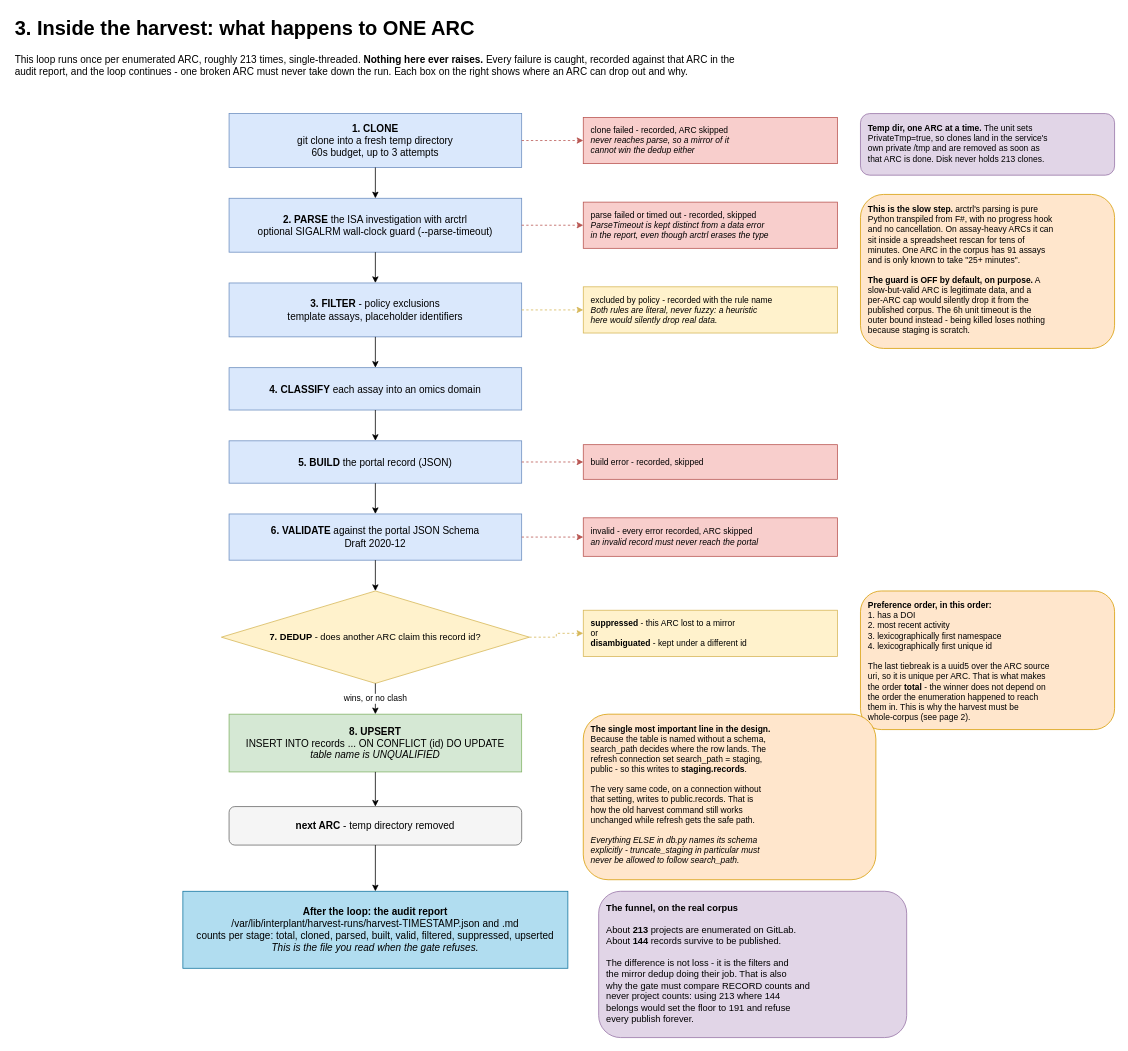
The draw.io diagram page "3. Inside the harvest (per ARC)" (3 of 5) of docs/diagrams/interplant-production-deployment.drawio in nfdi4plants/INTERPLANT, before the edit. Source tidied: cells renumbered, new cells numbered last; positions are measured from the earlier drawing's top-left corner, leaving out a move shared by most shapes. Both pictures are drawn from the tidied source at 77%, with x=0, y=0 at pixel (13, 13).
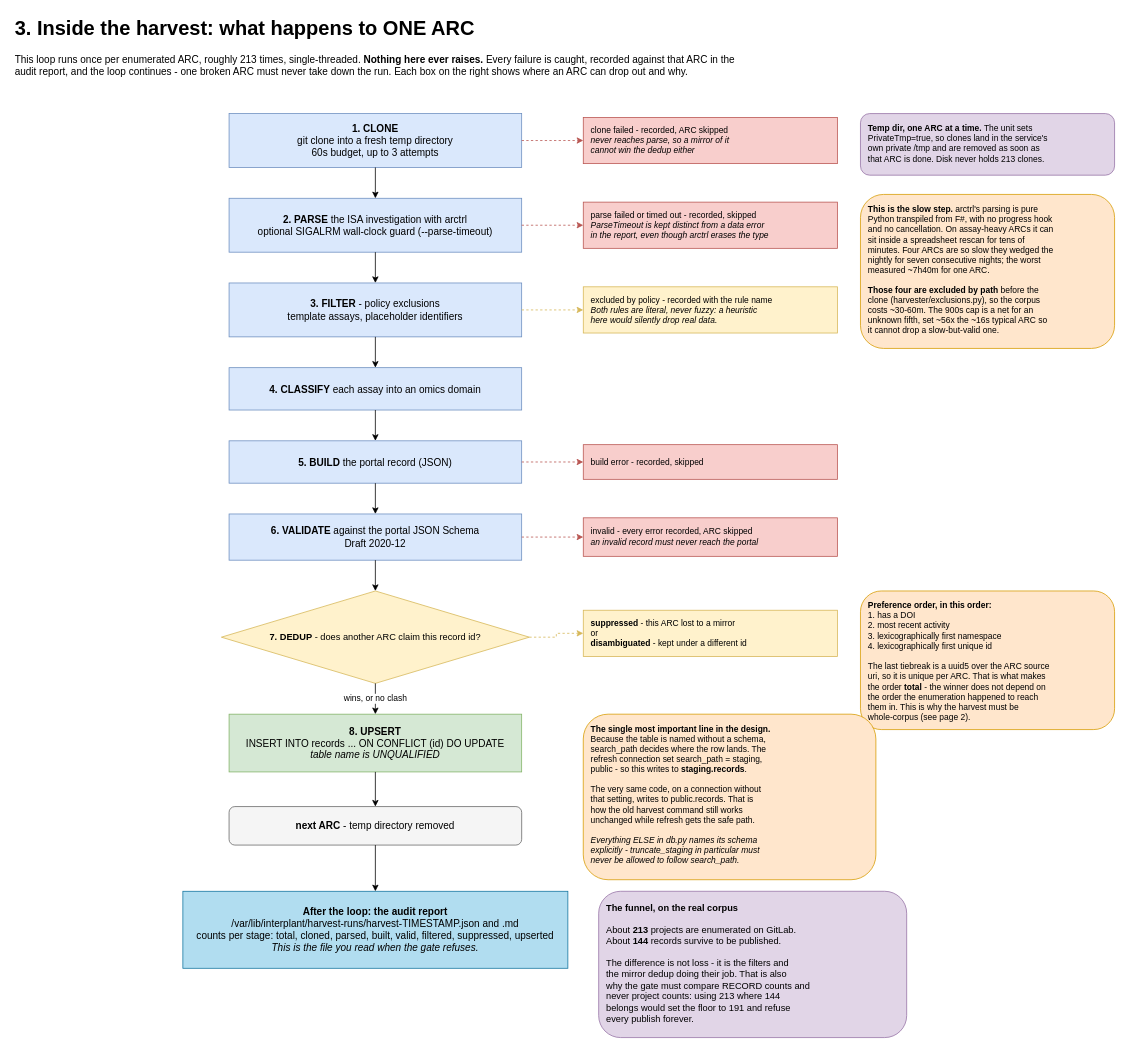
The same diagram, later.

Diff of the diagram source:
```diff
@@
-    <mxCell id="9" value="&lt;b&gt;This is the slow step.&lt;/b&gt; arctrl's parsing is pure&lt;br&gt;Python transpiled from F#, with no progress hook&lt;br&gt;and no cancellation. On assay-heavy ARCs it can&lt;br&gt;sit inside a spreadsheet rescan for tens of&lt;br&gt;minutes. One ARC in the corpus has 91 assays&lt;br&gt;and is only known to take &quot;25+ minutes&quot;.&lt;br&gt;&lt;br&gt;&lt;b&gt;The guard is OFF by default, on purpose.&lt;/b&gt; A&lt;br&gt;slow-but-valid ARC is legitimate data, and a&lt;br&gt;per-ARC cap would silently drop it from the&lt;br&gt;published corpus. The 6h unit timeout is the&lt;br&gt;outer bound instead - being killed loses nothing&lt;br&gt;because staging is scratch." style="rounded=1;whiteSpace=wrap;html=1;fillColor=#ffe6cc;strokeColor=#d79b00;fontSize=11;align=left;spacingLeft=8;verticalAlign=top;spacingTop=6;" parent="1" vertex="1">
+    <mxCell id="9" value="&lt;b&gt;This is the slow step.&lt;/b&gt; arctrl's parsing is pure&lt;br&gt;Python transpiled from F#, with no progress hook&lt;br&gt;and no cancellation. On assay-heavy ARCs it can&lt;br&gt;sit inside a spreadsheet rescan for tens of&lt;br&gt;minutes. Four ARCs are so slow they wedged the&lt;br&gt;nightly for seven consecutive nights; the worst&lt;br&gt;measured ~7h40m for one ARC.&lt;br&gt;&lt;br&gt;&lt;b&gt;Those four are excluded by path&lt;/b&gt; before the&lt;br&gt;clone (harvester/exclusions.py), so the corpus&lt;br&gt;costs ~30-60m. The 900s cap is a net for an&lt;br&gt;unknown fifth, set ~56x the ~16s typical ARC so&lt;br&gt;it cannot drop a slow-but-valid one." style="rounded=1;whiteSpace=wrap;html=1;fillColor=#ffe6cc;strokeColor=#d79b00;fontSize=11;align=left;spacingLeft=8;verticalAlign=top;spacingTop=6;" parent="1" vertex="1">
       <mxGeometry x="1100" y="235" width="330" height="200" as="geometry" />
     </mxCell>
```
